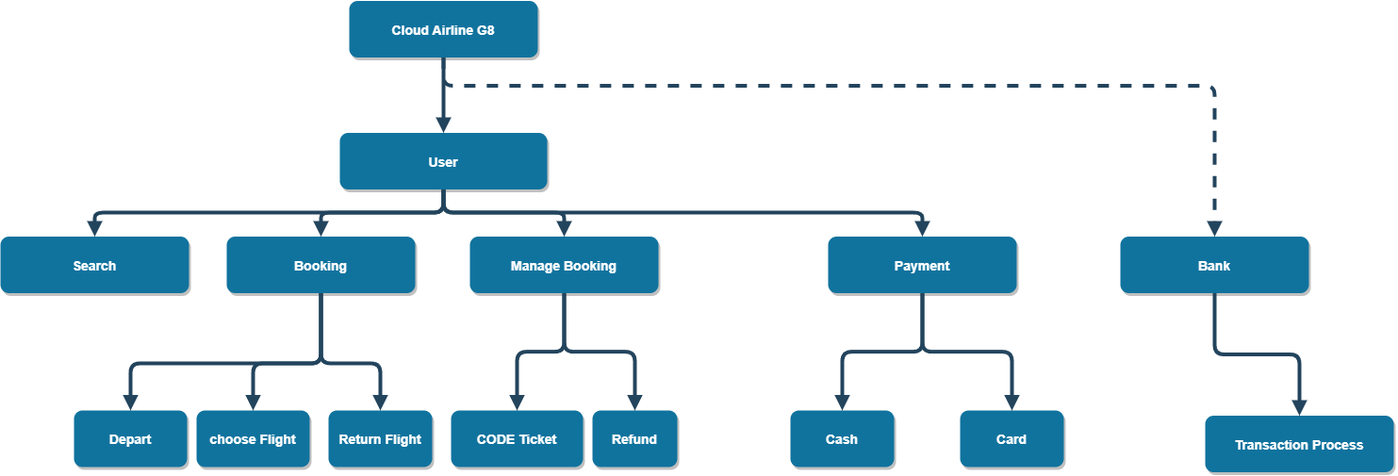
This is analysis/PhanTichChucNang.drawio.png from GumBox/CloudAirlineG8, a draw.io export, as it was before one commit. Source tidied: cells renumbered, new cells last; positions are measured from the earlier drawing's top-left corner, leaving out a move shared by most shapes.
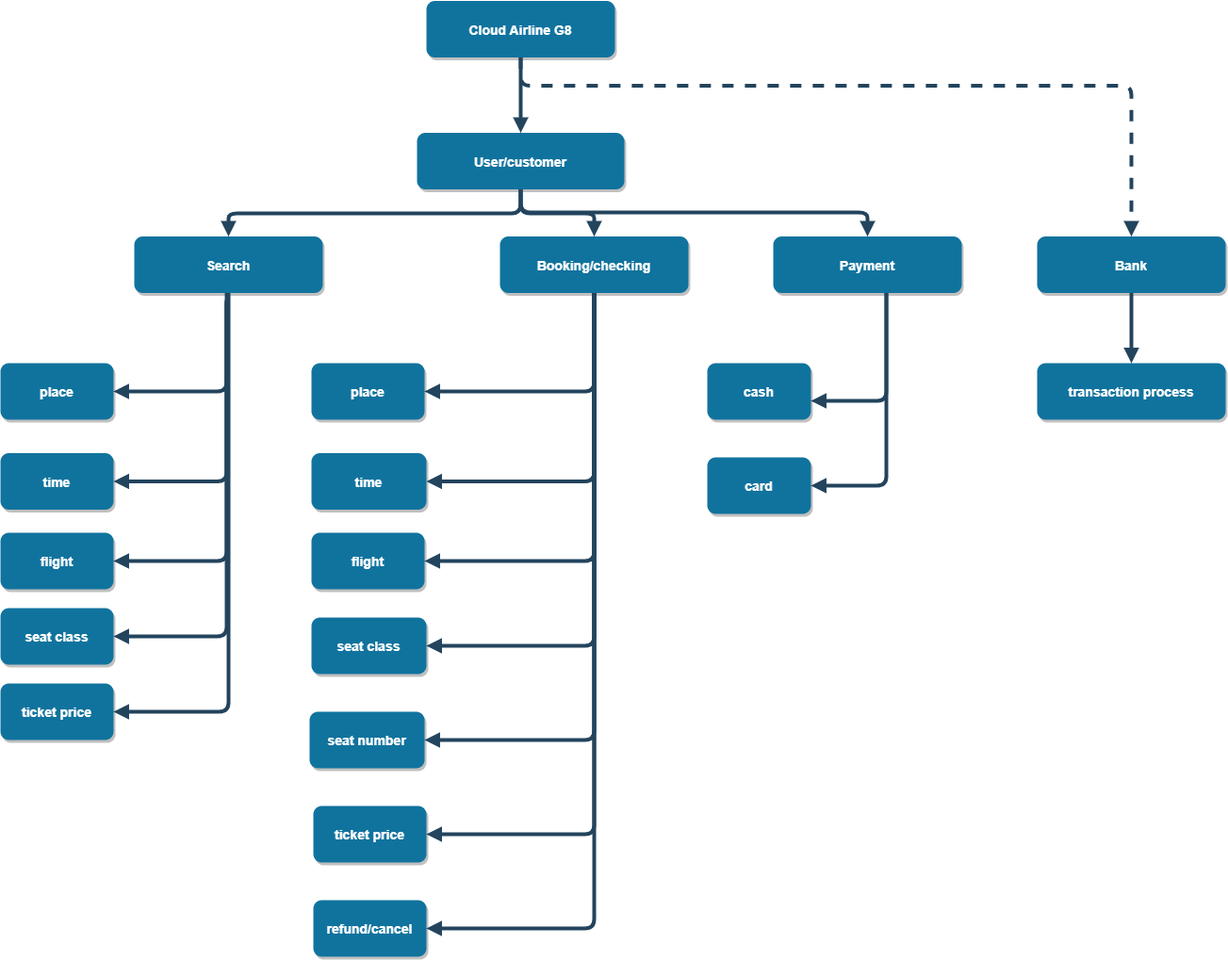
The same file after the commit.

Change to the diagram source:
```diff
@@ -5,20 +5,17 @@
     <mxCell id="2" value="Cloud Airline G8" style="rounded=1;fillColor=#10739E;strokeColor=none;shadow=1;gradientColor=none;fontStyle=1;fontColor=#FFFFFF;fontSize=14;" parent="1" vertex="1">
       <mxGeometry x="370" y="-0.5" width="200" height="60" as="geometry" />
     </mxCell>
-    <mxCell id="3" value="User" style="rounded=1;fillColor=#10739E;strokeColor=none;shadow=1;gradientColor=none;fontStyle=1;fontColor=#FFFFFF;fontSize=14;" parent="1" vertex="1">
+    <mxCell id="3" value="User/customer" style="rounded=1;fillColor=#10739E;strokeColor=none;shadow=1;gradientColor=none;fontStyle=1;fontColor=#FFFFFF;fontSize=14;" parent="1" vertex="1">
       <mxGeometry x="360" y="139.5" width="220" height="60" as="geometry" />
     </mxCell>
     <mxCell id="4" value="Search" style="rounded=1;fillColor=#10739E;strokeColor=none;shadow=1;gradientColor=none;fontStyle=1;fontColor=#FFFFFF;fontSize=14;" parent="1" vertex="1">
-      <mxGeometry y="249.5" width="200" height="60" as="geometry" />
+      <mxGeometry x="60" y="249.5" width="200" height="60" as="geometry" />
     </mxCell>
-    <mxCell id="5" value="Booking" style="rounded=1;fillColor=#10739E;strokeColor=none;shadow=1;gradientColor=none;fontStyle=1;fontColor=#FFFFFF;fontSize=14;" parent="1" vertex="1">
-      <mxGeometry x="240" y="249.5" width="200" height="60" as="geometry" />
+    <mxCell id="5" value="Booking/checking" style="rounded=1;fillColor=#10739E;strokeColor=none;shadow=1;gradientColor=none;fontStyle=1;fontColor=#FFFFFF;fontSize=14;" parent="1" vertex="1">
+      <mxGeometry x="448" y="249.5" width="200" height="60" as="geometry" />
     </mxCell>
-    <mxCell id="6" value="Manage Booking" style="rounded=1;fillColor=#10739E;strokeColor=none;shadow=1;gradientColor=none;fontStyle=1;fontColor=#FFFFFF;fontSize=14;" parent="1" vertex="1">
-      <mxGeometry x="498" y="249.5" width="200" height="60" as="geometry" />
-    </mxCell>
     <mxCell id="7" value="Bank" style="rounded=1;fillColor=#10739E;strokeColor=none;shadow=1;gradientColor=none;fontStyle=1;fontColor=#FFFFFF;fontSize=14;" parent="1" vertex="1">
-      <mxGeometry x="1188" y="249.5" width="200" height="60" as="geometry" />
+      <mxGeometry x="1018" y="249.5" width="200" height="60" as="geometry" />
     </mxCell>
     <mxCell id="8" style="edgeStyle=elbowEdgeStyle;elbow=vertical;strokeWidth=4;endArrow=block;endFill=1;fontStyle=1;strokeColor=#23445D;" parent="1" edge="1" source="2" target="3">
       <mxGeometry x="22" y="165.5" as="geometry" />
@@ -29,9 +26,6 @@
     <mxCell id="10" style="edgeStyle=elbowEdgeStyle;elbow=vertical;strokeWidth=4;endArrow=block;endFill=1;fontStyle=1;strokeColor=#23445D;" parent="1" edge="1" source="3" target="4">
       <mxGeometry x="22" y="165.5" as="geometry" />
     </mxCell>
-    <mxCell id="11" style="edgeStyle=elbowEdgeStyle;elbow=vertical;strokeWidth=4;endArrow=block;endFill=1;fontStyle=1;strokeColor=#23445D;" parent="1" edge="1" source="3" target="6">
-      <mxGeometry x="22" y="165.5" as="geometry" />
-    </mxCell>
     <mxCell id="12" style="edgeStyle=elbowEdgeStyle;elbow=vertical;strokeWidth=4;endArrow=block;endFill=1;fontStyle=1;dashed=1;strokeColor=#23445D;" parent="1" edge="1" source="2" target="7">
       <mxGeometry x="22" y="165.5" as="geometry">
         <Array as="points">
@@ -53,70 +47,176 @@
       </mxGeometry>
     </mxCell>
     <mxCell id="14" value="Payment" style="rounded=1;fillColor=#10739E;strokeColor=none;shadow=1;gradientColor=none;fontStyle=1;fontColor=#FFFFFF;fontSize=14;" parent="1" vertex="1">
-      <mxGeometry x="878" y="249.5" width="200" height="60" as="geometry" />
+      <mxGeometry x="738" y="249.5" width="200" height="60" as="geometry" />
     </mxCell>
-    <mxCell id="15" value="Transaction Process" style="rounded=1;fillColor=#10739E;strokeColor=none;shadow=1;gradientColor=none;fontStyle=1;fontColor=#FFFFFF;fontSize=14;" parent="1" vertex="1">
-      <mxGeometry x="1278" y="439.5" width="200" height="60" as="geometry" />
+    <mxCell id="15" value="transaction process" style="rounded=1;fillColor=#10739E;strokeColor=none;shadow=1;gradientColor=none;fontStyle=1;fontColor=#FFFFFF;fontSize=14;" parent="1" vertex="1">
+      <mxGeometry x="1018" y="384" width="200" height="60" as="geometry" />
     </mxCell>
     <mxCell id="16" style="elbow=vertical;strokeWidth=4;endArrow=block;endFill=1;fontStyle=1;strokeColor=#23445D;entryX=0.5;entryY=0;entryDx=0;entryDy=0;exitX=0.5;exitY=1;exitDx=0;exitDy=0;edgeStyle=orthogonalEdgeStyle;" parent="1" edge="1" source="7" target="15">
       <mxGeometry x="858" y="284.5" as="geometry" />
     </mxCell>
-    <mxCell id="17" style="edgeStyle=elbowEdgeStyle;elbow=vertical;strokeWidth=4;endArrow=block;endFill=1;fontStyle=1;strokeColor=#23445D;exitX=0.5;exitY=1;exitDx=0;exitDy=0;entryX=0.5;entryY=0;entryDx=0;entryDy=0;" parent="1" edge="1" source="5" target="18">
-      <mxGeometry x="-130" y="340" as="geometry">
-        <Array as="points">
-          <mxPoint x="308" y="384" />
-          <mxPoint x="308" y="374" />
-        </Array>
-      </mxGeometry>
-    </mxCell>
-    <mxCell id="18" value="choose Flight" style="rounded=1;fillColor=#10739E;strokeColor=none;shadow=1;gradientColor=none;fontStyle=1;fontColor=#FFFFFF;fontSize=14;" parent="1" vertex="1">
-      <mxGeometry x="208" y="434" width="120" height="60" as="geometry" />
+    <mxCell id="18" value="flight" style="rounded=1;fillColor=#10739E;strokeColor=none;shadow=1;gradientColor=none;fontStyle=1;fontColor=#FFFFFF;fontSize=14;" parent="1" vertex="1">
+      <mxGeometry x="248" y="564" width="120" height="60" as="geometry" />
     </mxCell>
-    <mxCell id="19" style="edgeStyle=elbowEdgeStyle;elbow=vertical;strokeWidth=4;endArrow=block;endFill=1;fontStyle=1;strokeColor=#23445D;exitX=0.5;exitY=1;exitDx=0;exitDy=0;entryX=0.5;entryY=0;entryDx=0;entryDy=0;" parent="1" edge="1" source="5" target="20">
-      <mxGeometry x="42" y="387.5" as="geometry">
-        <Array as="points">
-          <mxPoint x="378" y="384" />
-          <mxPoint x="378" y="374" />
-          <mxPoint x="498" y="394" />
-        </Array>
-      </mxGeometry>
-    </mxCell>
-    <mxCell id="20" value="Return Flight" style="rounded=1;fillColor=#10739E;strokeColor=none;shadow=1;gradientColor=none;fontStyle=1;fontColor=#FFFFFF;fontSize=14;" parent="1" vertex="1">
-      <mxGeometry x="348" y="434" width="110" height="60" as="geometry" />
+    <mxCell id="20" value="seat number" style="rounded=1;fillColor=#10739E;strokeColor=none;shadow=1;gradientColor=none;fontStyle=1;fontColor=#FFFFFF;fontSize=14;" parent="1" vertex="1">
+      <mxGeometry x="246" y="754" width="122" height="60" as="geometry" />
     </mxCell>
-    <mxCell id="21" value="CODE Ticket" style="rounded=1;fillColor=#10739E;strokeColor=none;shadow=1;gradientColor=none;fontStyle=1;fontColor=#FFFFFF;fontSize=14;" parent="1" vertex="1">
-      <mxGeometry x="478" y="434" width="140" height="60" as="geometry" />
-    </mxCell>
-    <mxCell id="22" style="elbow=vertical;strokeWidth=4;endArrow=block;endFill=1;fontStyle=1;strokeColor=#23445D;exitX=0.5;exitY=1;exitDx=0;exitDy=0;entryX=0.5;entryY=0;entryDx=0;entryDy=0;edgeStyle=orthogonalEdgeStyle;" parent="1" edge="1" source="6" target="21">
-      <mxGeometry x="52" y="397.5" as="geometry" />
-    </mxCell>
-    <mxCell id="23" value="Refund" style="rounded=1;fillColor=#10739E;strokeColor=none;shadow=1;gradientColor=none;fontStyle=1;fontColor=#FFFFFF;fontSize=14;" parent="1" vertex="1">
-      <mxGeometry x="628" y="434" width="90" height="60" as="geometry" />
+    <mxCell id="23" value="refund/cancel" style="rounded=1;fillColor=#10739E;strokeColor=none;shadow=1;gradientColor=none;fontStyle=1;fontColor=#FFFFFF;fontSize=14;" parent="1" vertex="1">
+      <mxGeometry x="250" y="954" width="120" height="60" as="geometry" />
     </mxCell>
-    <mxCell id="24" style="elbow=vertical;strokeWidth=4;endArrow=block;endFill=1;fontStyle=1;strokeColor=#23445D;exitX=0.5;exitY=1;exitDx=0;exitDy=0;entryX=0.5;entryY=0;entryDx=0;entryDy=0;edgeStyle=orthogonalEdgeStyle;" parent="1" edge="1" source="6" target="23">
-      <mxGeometry x="62" y="407.5" as="geometry" />
-    </mxCell>
-    <mxCell id="25" value="Depart" style="rounded=1;fillColor=#10739E;strokeColor=none;shadow=1;gradientColor=none;fontStyle=1;fontColor=#FFFFFF;fontSize=14;" parent="1" vertex="1">
-      <mxGeometry x="78" y="434" width="120" height="60" as="geometry" />
+    <mxCell id="25" value="time" style="rounded=1;fillColor=#10739E;strokeColor=none;shadow=1;gradientColor=none;fontStyle=1;fontColor=#FFFFFF;fontSize=14;" parent="1" vertex="1">
+      <mxGeometry x="248" y="479.5" width="122" height="60" as="geometry" />
     </mxCell>
-    <mxCell id="26" style="edgeStyle=elbowEdgeStyle;elbow=vertical;strokeWidth=4;endArrow=block;endFill=1;fontStyle=1;strokeColor=#23445D;exitX=0.5;exitY=1;exitDx=0;exitDy=0;entryX=0.5;entryY=0;entryDx=0;entryDy=0;" parent="1" edge="1" source="5" target="25">
-      <mxGeometry x="-120" y="350" as="geometry">
-        <Array as="points">
-          <mxPoint x="318" y="384" />
-        </Array>
-      </mxGeometry>
-    </mxCell>
-    <mxCell id="27" value="Card" style="rounded=1;fillColor=#10739E;strokeColor=none;shadow=1;gradientColor=none;fontStyle=1;fontColor=#FFFFFF;fontSize=14;" parent="1" vertex="1">
-      <mxGeometry x="1018" y="434" width="110" height="60" as="geometry" />
+    <mxCell id="27" value="card" style="rounded=1;fillColor=#10739E;strokeColor=none;shadow=1;gradientColor=none;fontStyle=1;fontColor=#FFFFFF;fontSize=14;" parent="1" vertex="1">
+      <mxGeometry x="668" y="484" width="110" height="60" as="geometry" />
     </mxCell>
-    <mxCell id="28" value="Cash" style="rounded=1;fillColor=#10739E;strokeColor=none;shadow=1;gradientColor=none;fontStyle=1;fontColor=#FFFFFF;fontSize=14;" parent="1" vertex="1">
-      <mxGeometry x="838" y="434" width="110" height="60" as="geometry" />
+    <mxCell id="28" value="cash" style="rounded=1;fillColor=#10739E;strokeColor=none;shadow=1;gradientColor=none;fontStyle=1;fontColor=#FFFFFF;fontSize=14;" parent="1" vertex="1">
+      <mxGeometry x="668" y="384" width="110" height="60" as="geometry" />
     </mxCell>
-    <mxCell id="29" style="elbow=vertical;strokeWidth=4;endArrow=block;endFill=1;fontStyle=1;strokeColor=#23445D;exitX=0.5;exitY=1;exitDx=0;exitDy=0;entryX=0.5;entryY=0;entryDx=0;entryDy=0;edgeStyle=orthogonalEdgeStyle;" parent="1" edge="1" source="14" target="28">
-      <mxGeometry x="82" y="347.5" as="geometry" />
+    <mxCell id="29" style="strokeWidth=4;endArrow=block;endFill=1;fontStyle=1;strokeColor=#23445D;edgeStyle=elbowEdgeStyle;elbow=vertical;" parent="1" edge="1" source="14" target="28">
+      <mxGeometry x="82" y="347.5" as="geometry">
+        <Array as="points">
+          <mxPoint x="858" y="424" />
+        </Array>
+      </mxGeometry>
     </mxCell>
-    <mxCell id="30" style="elbow=vertical;strokeWidth=4;endArrow=block;endFill=1;fontStyle=1;strokeColor=#23445D;exitX=0.5;exitY=1;exitDx=0;exitDy=0;entryX=0.5;entryY=0;entryDx=0;entryDy=0;edgeStyle=orthogonalEdgeStyle;" parent="1" edge="1" source="14" target="27">
-      <mxGeometry x="92" y="357.5" as="geometry" />
+    <mxCell id="30" style="strokeWidth=4;endArrow=block;endFill=1;fontStyle=1;strokeColor=#23445D;edgeStyle=elbowEdgeStyle;" parent="1" edge="1" source="14" target="27">
+      <mxGeometry x="92" y="357.5" as="geometry">
+        <Array as="points">
+          <mxPoint x="858" y="364" />
+        </Array>
+      </mxGeometry>
     </mxCell>
+    <mxCell id="31" value="time" style="rounded=1;fillColor=#10739E;strokeColor=none;shadow=1;gradientColor=none;fontStyle=1;fontColor=#FFFFFF;fontSize=14;" parent="1" vertex="1">
+      <mxGeometry x="-82" y="479.5" width="120" height="60" as="geometry" />
+    </mxCell>
+    <mxCell id="32" value="flight" style="rounded=1;fillColor=#10739E;strokeColor=none;shadow=1;gradientColor=none;fontStyle=1;fontColor=#FFFFFF;fontSize=14;" parent="1" vertex="1">
+      <mxGeometry x="-82" y="564" width="120" height="60" as="geometry" />
+    </mxCell>
+    <mxCell id="33" style="edgeStyle=elbowEdgeStyle;strokeWidth=4;endArrow=block;endFill=1;fontStyle=1;strokeColor=#23445D;exitX=0.5;exitY=1;exitDx=0;exitDy=0;entryX=1;entryY=0.5;entryDx=0;entryDy=0;" parent="1" edge="1" target="31">
+      <mxGeometry x="-430" y="200" as="geometry">
+        <mxPoint x="160" y="315" as="sourcePoint" />
+        <Array as="points">
+          <mxPoint x="158" y="379.5" />
+        </Array>
+      </mxGeometry>
+    </mxCell>
+    <mxCell id="34" style="edgeStyle=elbowEdgeStyle;strokeWidth=4;endArrow=block;endFill=1;fontStyle=1;strokeColor=#23445D;exitX=0.5;exitY=1;exitDx=0;exitDy=0;entryX=1;entryY=0.5;entryDx=0;entryDy=0;" parent="1" edge="1" target="32">
+      <mxGeometry x="-420" y="210" as="geometry">
+        <mxPoint x="160" y="315" as="sourcePoint" />
+        <Array as="points">
+          <mxPoint x="158" y="459.5" />
+        </Array>
+      </mxGeometry>
+    </mxCell>
+    <mxCell id="35" value="seat class" style="rounded=1;fillColor=#10739E;strokeColor=none;shadow=1;gradientColor=none;fontStyle=1;fontColor=#FFFFFF;fontSize=14;" parent="1" vertex="1">
+      <mxGeometry x="-82" y="644" width="120" height="60" as="geometry" />
+    </mxCell>
+    <mxCell id="36" style="edgeStyle=elbowEdgeStyle;strokeWidth=4;endArrow=block;endFill=1;fontStyle=1;strokeColor=#23445D;entryX=1;entryY=0.5;entryDx=0;entryDy=0;exitX=0.5;exitY=1;exitDx=0;exitDy=0;" parent="1" edge="1" target="35">
+      <mxGeometry x="-410" y="220" as="geometry">
+        <mxPoint x="160" y="315" as="sourcePoint" />
+        <Array as="points">
+          <mxPoint x="158" y="379.5" />
+        </Array>
+      </mxGeometry>
+    </mxCell>
+    <mxCell id="37" value="seat class" style="rounded=1;fillColor=#10739E;strokeColor=none;shadow=1;gradientColor=none;fontStyle=1;fontColor=#FFFFFF;fontSize=14;" parent="1" vertex="1">
+      <mxGeometry x="248" y="654" width="122" height="60" as="geometry" />
+    </mxCell>
+    <mxCell id="38" value="ticket price" style="rounded=1;fillColor=#10739E;strokeColor=none;shadow=1;gradientColor=none;fontStyle=1;fontColor=#FFFFFF;fontSize=14;" parent="1" vertex="1">
+      <mxGeometry x="-82" y="724" width="120" height="60" as="geometry" />
+    </mxCell>
+    <mxCell id="39" style="edgeStyle=elbowEdgeStyle;strokeWidth=4;endArrow=block;endFill=1;fontStyle=1;strokeColor=#23445D;" parent="1" edge="1" source="4" target="38">
+      <mxGeometry x="-400" y="230" as="geometry">
+        <Array as="points">
+          <mxPoint x="160" y="379.5" />
+        </Array>
+      </mxGeometry>
+    </mxCell>
+    <mxCell id="40" value="ticket price" style="rounded=1;fillColor=#10739E;strokeColor=none;shadow=1;gradientColor=none;fontStyle=1;fontColor=#FFFFFF;fontSize=14;" parent="1" vertex="1">
+      <mxGeometry x="250" y="854" width="120" height="60" as="geometry" />
+    </mxCell>
+    <mxCell id="41" style="edgeStyle=elbowEdgeStyle;strokeWidth=4;endArrow=block;endFill=1;fontStyle=1;strokeColor=#23445D;entryX=1;entryY=0.5;entryDx=0;entryDy=0;" parent="1" edge="1" source="4" target="42">
+      <mxGeometry x="-420" y="210" as="geometry">
+        <Array as="points">
+          <mxPoint x="158" y="389.5" />
+        </Array>
+      </mxGeometry>
+    </mxCell>
+    <mxCell id="42" value="place" style="rounded=1;fillColor=#10739E;strokeColor=none;shadow=1;gradientColor=none;fontStyle=1;fontColor=#FFFFFF;fontSize=14;" parent="1" vertex="1">
+      <mxGeometry x="-82" y="384" width="120" height="60" as="geometry" />
+    </mxCell>
+    <mxCell id="43" style="edgeStyle=elbowEdgeStyle;strokeWidth=4;endArrow=block;endFill=1;fontStyle=1;strokeColor=#23445D;entryX=1;entryY=0.5;entryDx=0;entryDy=0;exitX=0.5;exitY=1;exitDx=0;exitDy=0;" parent="1" edge="1" source="5" target="44">
+      <mxGeometry x="-208" y="210.5" as="geometry">
+        <Array as="points">
+          <mxPoint x="548" y="384" />
+          <mxPoint x="398" y="404" />
+          <mxPoint x="358" y="394" />
+          <mxPoint x="370" y="390" />
+        </Array>
+      </mxGeometry>
+    </mxCell>
+    <mxCell id="44" value="place" style="rounded=1;fillColor=#10739E;strokeColor=none;shadow=1;gradientColor=none;fontStyle=1;fontColor=#FFFFFF;fontSize=14;" parent="1" vertex="1">
+      <mxGeometry x="248" y="384" width="120" height="60" as="geometry" />
+    </mxCell>
+    <mxCell id="26" style="edgeStyle=elbowEdgeStyle;strokeWidth=4;endArrow=block;endFill=1;fontStyle=1;strokeColor=#23445D;entryX=1;entryY=0.5;entryDx=0;entryDy=0;exitX=0.5;exitY=1;exitDx=0;exitDy=0;" parent="1" edge="1" source="5" target="25">
+      <mxGeometry x="-198" y="220.5" as="geometry">
+        <Array as="points">
+          <mxPoint x="548" y="384" />
+          <mxPoint x="458" y="394" />
+          <mxPoint x="368" y="414" />
+        </Array>
+      </mxGeometry>
+    </mxCell>
+    <mxCell id="17" style="edgeStyle=elbowEdgeStyle;strokeWidth=4;endArrow=block;endFill=1;fontStyle=1;strokeColor=#23445D;" parent="1" edge="1" source="5" target="18">
+      <mxGeometry x="-188" y="230.5" as="geometry">
+        <Array as="points">
+          <mxPoint x="548" y="404" />
+          <mxPoint x="488" y="394" />
+          <mxPoint x="368" y="464" />
+        </Array>
+      </mxGeometry>
+    </mxCell>
+    <mxCell id="45" style="edgeStyle=elbowEdgeStyle;strokeWidth=4;endArrow=block;endFill=1;fontStyle=1;strokeColor=#23445D;entryX=1;entryY=0.5;entryDx=0;entryDy=0;" parent="1" edge="1" source="5" target="37">
+      <mxGeometry x="-178" y="240.5" as="geometry">
+        <Array as="points">
+          <mxPoint x="548" y="414" />
+          <mxPoint x="408" y="384" />
+          <mxPoint x="368" y="504" />
+        </Array>
+      </mxGeometry>
+    </mxCell>
+    <mxCell id="46" style="edgeStyle=elbowEdgeStyle;strokeWidth=4;endArrow=block;endFill=1;fontStyle=1;strokeColor=#23445D;" parent="1" edge="1" source="5" target="40">
+      <mxGeometry x="-168" y="250.5" as="geometry">
+        <Array as="points">
+          <mxPoint x="548" y="684" />
+          <mxPoint x="558" y="424" />
+          <mxPoint x="418" y="394" />
+          <mxPoint x="378" y="514" />
+        </Array>
+      </mxGeometry>
+    </mxCell>
+    <mxCell id="19" style="edgeStyle=elbowEdgeStyle;strokeWidth=4;endArrow=block;endFill=1;fontStyle=1;strokeColor=#23445D;" parent="1" edge="1" source="5" target="20">
+      <mxGeometry x="-158" y="260.5" as="geometry">
+        <Array as="points">
+          <mxPoint x="548" y="684" />
+          <mxPoint x="558" y="694" />
+          <mxPoint x="568" y="434" />
+          <mxPoint x="428" y="404" />
+          <mxPoint x="388" y="524" />
+        </Array>
+      </mxGeometry>
+    </mxCell>
+    <mxCell id="47" style="edgeStyle=elbowEdgeStyle;strokeWidth=4;endArrow=block;endFill=1;fontStyle=1;strokeColor=#23445D;" parent="1" edge="1" source="5" target="23">
+      <mxGeometry x="-158" y="260.5" as="geometry">
+        <Array as="points">
+          <mxPoint x="548" y="374" />
+          <mxPoint x="558" y="694" />
+          <mxPoint x="568" y="434" />
+          <mxPoint x="428" y="404" />
+          <mxPoint x="388" y="524" />
+        </Array>
+      </mxGeometry>
+    </mxCell>
   </root>
 </mxGraphModel>
```
